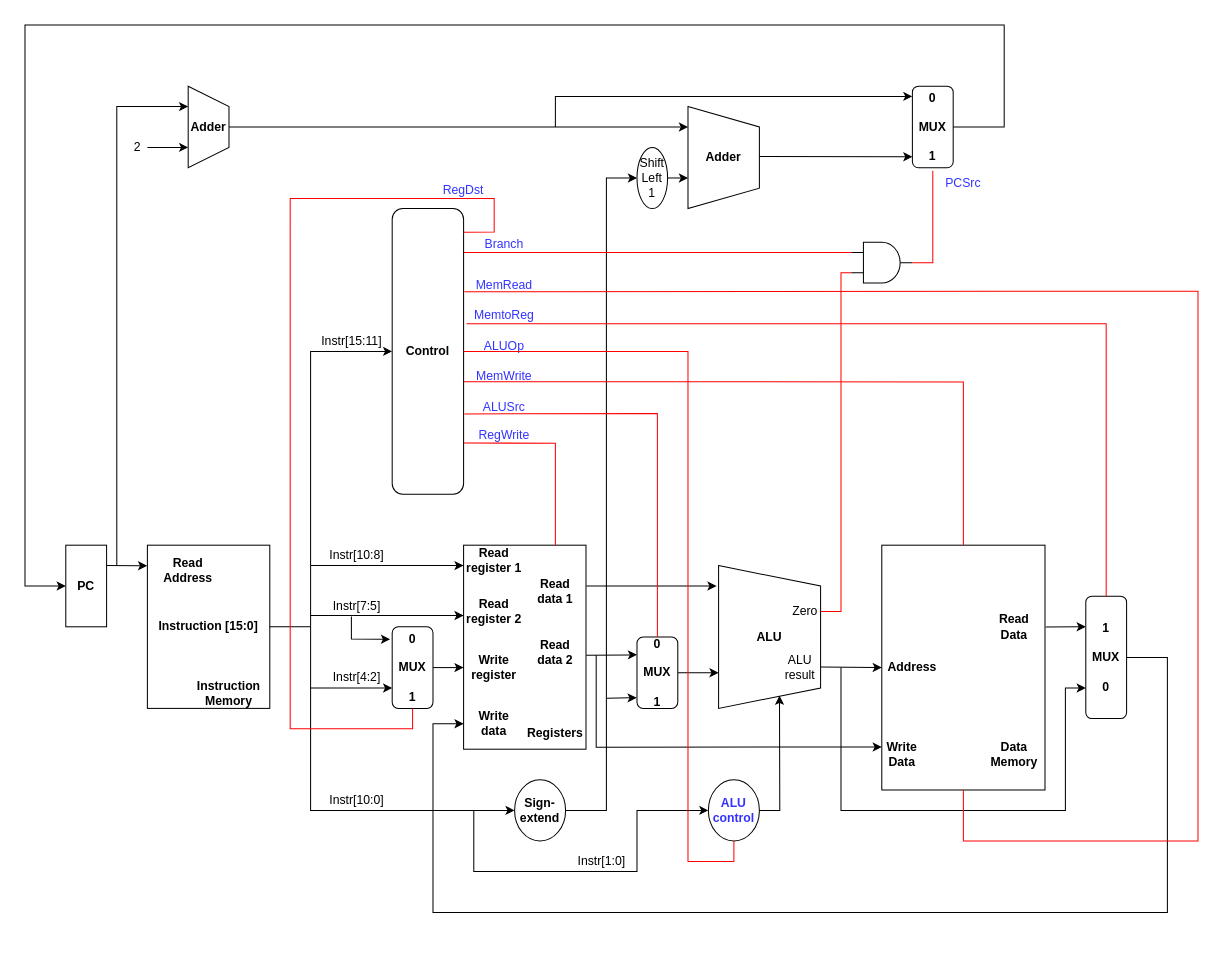
Before: WISC-SP22.drawio in joshmeiyb/ECE552, a draw.io diagram. Source tidied: cells renumbered, new cells numbered last; positions are measured from the earlier drawing's top-left corner, leaving out a move shared by most shapes. Both pictures are drawn from the tidied source at 102%, with x=0, y=0 at pixel (24, 24).
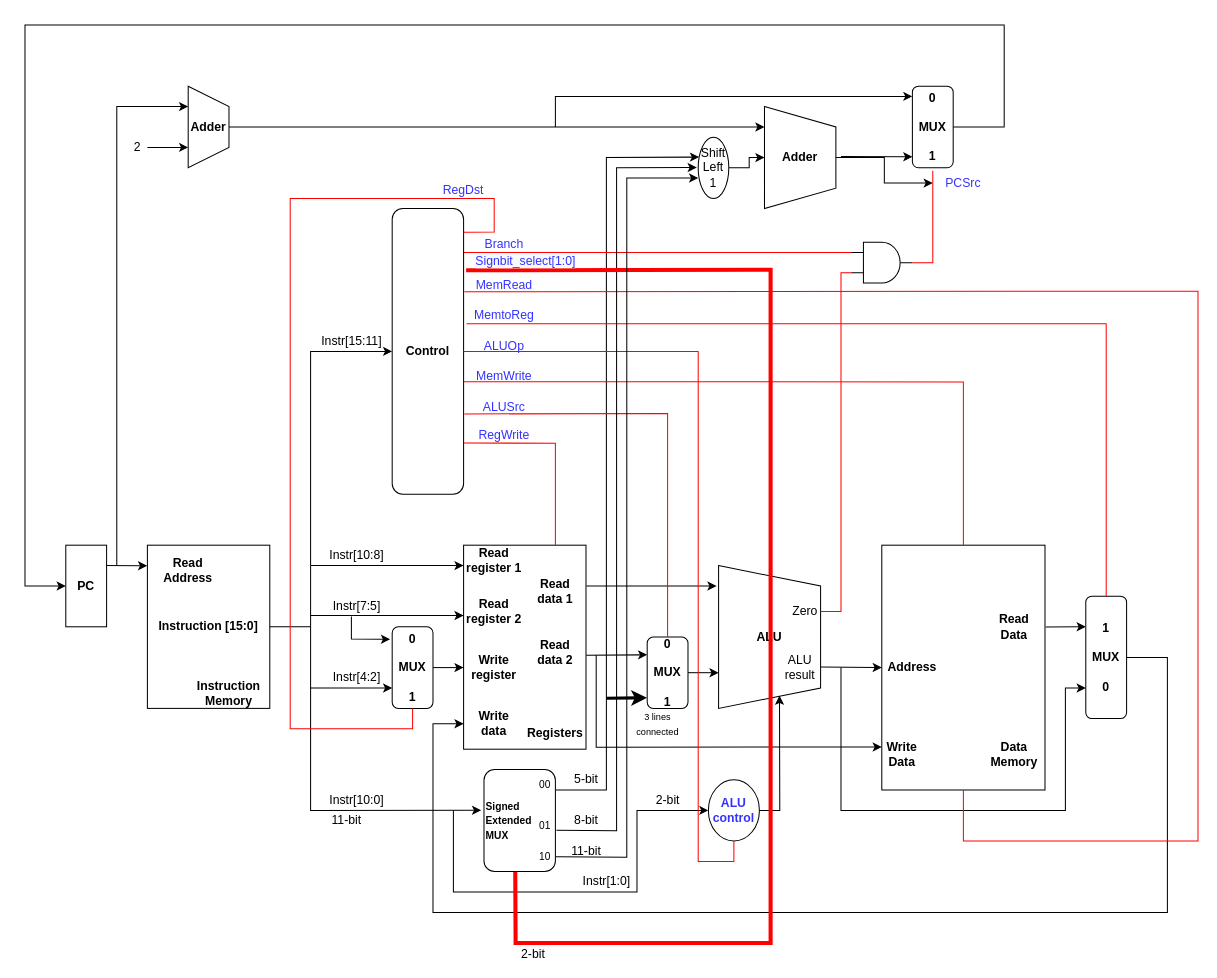
The same page after the edit.

The change refers to these unchanged cells:
```xml
<mxCell id="27" value="&lt;b&gt;0&lt;br&gt;&lt;br&gt;MUX&lt;br&gt;&lt;br&gt;1&lt;/b&gt;" style="rounded=1;whiteSpace=wrap;html=1;" parent="1" vertex="1">
  <mxGeometry x="870" y="60" width="40" height="80" as="geometry" />
</mxCell>
<mxCell id="47" value="&lt;font color=&quot;#3333ff&quot;&gt;&lt;b&gt;ALU&lt;br&gt;control&lt;/b&gt;&lt;/font&gt;" style="ellipse;whiteSpace=wrap;html=1;" parent="1" vertex="1">
  <mxGeometry x="670" y="740" width="50" height="60" as="geometry" />
</mxCell>
<mxCell id="71" value="&lt;b&gt;Control&lt;/b&gt;" style="rounded=1;whiteSpace=wrap;html=1;" parent="1" vertex="1">
  <mxGeometry x="360" y="180" width="70" height="280" as="geometry" />
</mxCell>
<mxCell id="86" value="&lt;font color=&quot;#3333ff&quot;&gt;PCSrc&lt;/font&gt;" style="text;html=1;strokeColor=none;fillColor=none;align=center;verticalAlign=middle;whiteSpace=wrap;rounded=0;" parent="1" vertex="1">
  <mxGeometry x="890" y="140" width="60" height="30" as="geometry" />
</mxCell>
```

The edit, as a diff of the source:
```diff
@@
+    <mxCell id="88" style="edgeStyle=orthogonalEdgeStyle;rounded=0;jettySize=auto;html=1;" parent="1" edge="1" source="10" target="86">
+      <mxGeometry relative="1" as="geometry" />
+    </mxCell>
     <mxCell id="10" value="&lt;b&gt;Adder&lt;/b&gt;" style="shape=trapezoid;perimeter=trapezoidPerimeter;whiteSpace=wrap;html=1;fixedSize=1;direction=south;" parent="1" vertex="1">
-      <mxGeometry x="650" y="80" width="70" height="100" as="geometry" />
+      <mxGeometry x="725" y="80" width="70" height="100" as="geometry" />
     </mxCell>
-    <mxCell id="11" style="edgeStyle=orthogonalEdgeStyle;rounded=0;jettySize=auto;html=1;entryX=0.7;entryY=1;entryDx=0;entryDy=0;entryPerimeter=0;" parent="1" edge="1" target="10">
-      <mxGeometry relative="1" as="geometry">
-        <mxPoint x="630" y="150" as="sourcePoint" />
-      </mxGeometry>
-    </mxCell>
+    <mxCell id="89" style="edgeStyle=orthogonalEdgeStyle;rounded=0;jettySize=auto;html=1;strokeColor=#000000;strokeWidth=1;" parent="1" edge="1" source="12" target="10">
+      <mxGeometry relative="1" as="geometry" />
+    </mxCell>
     <mxCell id="12" value="Shift&lt;br&gt;Left 1" style="ellipse;whiteSpace=wrap;html=1;" parent="1" vertex="1">
-      <mxGeometry x="600" y="120" width="30" height="60" as="geometry" />
+      <mxGeometry x="660" y="110" width="30" height="60" as="geometry" />
     </mxCell>
@@
     <mxCell id="28" style="endArrow=classic;html=1;rounded=0;entryX=0;entryY=0.866;entryDx=0;entryDy=0;entryPerimeter=0;" parent="1" edge="1" target="27">
       <mxGeometry relative="1" as="geometry">
-        <mxPoint x="720" y="129" as="sourcePoint" />
+        <mxPoint x="800" y="129" as="sourcePoint" />
       </mxGeometry>
     </mxCell>
@@
-    <mxCell id="31" value="&lt;b&gt;Sign-extend&lt;/b&gt;" style="ellipse;whiteSpace=wrap;html=1;" parent="1" vertex="1">
-      <mxGeometry x="480" y="740" width="50" height="60" as="geometry" />
-    </mxCell>
@@
-    <mxCell id="34" style="endArrow=classic;html=1;rounded=0;entryX=0;entryY=0.5;entryDx=0;entryDy=0;" parent="1" edge="1" target="31">
+    <mxCell id="34" style="endArrow=classic;html=1;rounded=0;entryX=-0.04;entryY=0.398;entryDx=0;entryDy=0;entryPerimeter=0;" parent="1" edge="1" target="100">
       <mxGeometry relative="1" as="geometry">
         <mxPoint x="280" y="650" as="sourcePoint" />
         <Array as="points">
           <mxPoint x="280" y="770" />
         </Array>
       </mxGeometry>
     </mxCell>
@@
     <mxCell id="36" value="&lt;b&gt;0&lt;br&gt;&lt;br&gt;MUX&lt;br&gt;&lt;br&gt;1&lt;/b&gt;" style="rounded=1;whiteSpace=wrap;html=1;" parent="1" vertex="1">
-      <mxGeometry x="600" y="600" width="40" height="70" as="geometry" />
+      <mxGeometry x="610" y="600" width="40" height="70" as="geometry" />
     </mxCell>
@@
-    <mxCell id="40" style="endArrow=classic;html=1;rounded=0;entryX=-0.007;entryY=0.851;entryDx=0;entryDy=0;entryPerimeter=0;" parent="1" edge="1" target="36">
+    <mxCell id="40" style="endArrow=classic;html=1;rounded=0;entryX=-0.007;entryY=0.851;entryDx=0;entryDy=0;entryPerimeter=0;strokeWidth=3;" parent="1" edge="1" target="36">
       <mxGeometry relative="1" as="geometry">
         <mxPoint x="570" y="660" as="sourcePoint" />
       </mxGeometry>
     </mxCell>
@@
     <mxCell id="48" style="endArrow=classic;html=1;rounded=0;entryX=0;entryY=0.5;entryDx=0;entryDy=0;" parent="1" edge="1" target="47">
       <mxGeometry relative="1" as="geometry">
-        <mxPoint x="440" y="770" as="sourcePoint" />
+        <mxPoint x="420" y="770" as="sourcePoint" />
         <Array as="points">
-          <mxPoint x="440" y="830" />
-          <mxPoint x="600" y="830" />
+          <mxPoint x="420" y="850" />
+          <mxPoint x="600" y="850" />
           <mxPoint x="600" y="770" />
         </Array>
       </mxGeometry>
     </mxCell>
@@
-    <mxCell id="62" style="endArrow=classic;html=1;rounded=0;entryX=0;entryY=0.5;entryDx=0;entryDy=0;exitX=1;exitY=0.5;exitDx=0;exitDy=0;" parent="1" edge="1" source="31" target="12">
+    <mxCell id="62" style="endArrow=classic;html=1;rounded=0;entryX=0.03;entryY=0.325;entryDx=0;entryDy=0;entryPerimeter=0;" parent="1" edge="1" target="12">
       <mxGeometry relative="1" as="geometry">
+        <mxPoint x="520" y="750" as="sourcePoint" />
         <Array as="points">
-          <mxPoint x="570" y="770" />
+          <mxPoint x="570" y="750" />
           <mxPoint x="570" y="590" />
-          <mxPoint x="570" y="150" />
+          <mxPoint x="570" y="130" />
         </Array>
       </mxGeometry>
     </mxCell>
@@
     <mxCell id="77" style="endArrow=none;html=1;rounded=0;strokeColor=#FF0000;exitX=1;exitY=0.5;exitDx=0;exitDy=0;entryX=0.5;entryY=1;entryDx=0;entryDy=0;" parent="1" edge="1" source="71" target="47">
       <mxGeometry relative="1" as="geometry">
         <Array as="points">
-          <mxPoint x="650" y="320" />
-          <mxPoint x="650" y="820" />
+          <mxPoint x="660" y="320" />
+          <mxPoint x="660" y="820" />
           <mxPoint x="695" y="820" />
         </Array>
       </mxGeometry>
     </mxCell>
@@
     <mxCell id="81" style="endArrow=none;html=1;rounded=0;strokeColor=#FF0000;exitX=1.011;exitY=0.719;exitDx=0;exitDy=0;exitPerimeter=0;entryX=0.5;entryY=0;entryDx=0;entryDy=0;" parent="1" edge="1" source="71" target="36">
       <mxGeometry relative="1" as="geometry">
         <Array as="points">
-          <mxPoint x="620" y="381" />
+          <mxPoint x="630" y="381" />
         </Array>
       </mxGeometry>
     </mxCell>
@@
     <mxCell id="87" value="Instr[1:0]" style="text;html=1;align=center;verticalAlign=middle;strokeColor=none;fillColor=none;" parent="1" vertex="1">
-      <mxGeometry x="535" y="810" width="60" height="20" as="geometry" />
+      <mxGeometry x="540" y="830" width="60" height="20" as="geometry" />
     </mxCell>
+    <mxCell id="90" style="endArrow=classic;html=1;rounded=0;exitX=1.014;exitY=0.595;exitDx=0;exitDy=0;entryX=-0.046;entryY=0.496;entryDx=0;entryDy=0;entryPerimeter=0;exitPerimeter=0;" parent="1" edge="1" source="100" target="12">
+      <mxGeometry relative="1" as="geometry">
+        <Array as="points">
+          <mxPoint x="580" y="790" />
+          <mxPoint x="580" y="140" />
+        </Array>
+      </mxGeometry>
+    </mxCell>
+    <mxCell id="91" value="5-bit" style="text;html=1;align=center;verticalAlign=middle;strokeColor=none;fillColor=none;" parent="1" vertex="1">
+      <mxGeometry x="530" y="730" width="40" height="20" as="geometry" />
+    </mxCell>
+    <mxCell id="92" value="8-bit" style="text;html=1;align=center;verticalAlign=middle;strokeColor=none;fillColor=none;" parent="1" vertex="1">
+      <mxGeometry x="530" y="770" width="40" height="20" as="geometry" />
+    </mxCell>
+    <mxCell id="93" style="endArrow=none;html=1;rounded=0;strokeColor=#FF0000;exitX=1.021;exitY=0.216;exitDx=0;exitDy=0;exitPerimeter=0;entryX=0.438;entryY=1.005;entryDx=0;entryDy=0;strokeWidth=4;entryPerimeter=0;" parent="1" edge="1" target="100">
+      <mxGeometry relative="1" as="geometry">
+        <mxPoint x="432.5" y="240.5" as="sourcePoint" />
+        <Array as="points">
+          <mxPoint x="731" y="240" />
+          <mxPoint x="731" y="900" />
+          <mxPoint x="481" y="900" />
+        </Array>
+      </mxGeometry>
+    </mxCell>
+    <mxCell id="94" value="&lt;font style=&quot;font-size: 12px&quot;&gt;2-bit&lt;/font&gt;" style="edgeLabel;html=1;align=center;verticalAlign=middle;fontSize=10;" parent="93" vertex="1">
+      <mxGeometry x="0.84" y="4" relative="1" as="geometry">
+        <mxPoint x="-16" y="6" as="offset" />
+      </mxGeometry>
+    </mxCell>
+    <mxCell id="95" value="&lt;span style=&quot;color: rgb(51 , 51 , 255) ; font-family: &amp;#34;helvetica&amp;#34; ; font-size: 12px ; font-style: normal ; font-weight: 400 ; letter-spacing: normal ; text-align: center ; text-indent: 0px ; text-transform: none ; word-spacing: 0px ; background-color: rgb(248 , 249 , 250) ; display: inline ; float: none&quot;&gt;Signbit_select[1:0]&lt;/span&gt;" style="text;whiteSpace=wrap;html=1;" parent="1" vertex="1">
+      <mxGeometry x="440" y="218" width="60" height="30" as="geometry" />
+    </mxCell>
+    <mxCell id="96" style="endArrow=classic;html=1;rounded=0;strokeColor=#000000;exitX=1.009;exitY=0.855;exitDx=0;exitDy=0;entryX=0;entryY=0.667;entryDx=0;entryDy=0;entryPerimeter=0;exitPerimeter=0;" parent="1" edge="1" source="100" target="12">
+      <mxGeometry relative="1" as="geometry">
+        <Array as="points">
+          <mxPoint x="590" y="816" />
+          <mxPoint x="590" y="150" />
+        </Array>
+      </mxGeometry>
+    </mxCell>
+    <mxCell id="97" value="11-bit" style="text;html=1;align=center;verticalAlign=middle;strokeColor=none;fillColor=none;" parent="1" vertex="1">
+      <mxGeometry x="530" y="800" width="40" height="20" as="geometry" />
+    </mxCell>
+    <mxCell id="98" value="11-bit" style="text;html=1;align=center;verticalAlign=middle;strokeColor=none;fillColor=none;" parent="1" vertex="1">
+      <mxGeometry x="295" y="770" width="40" height="20" as="geometry" />
+    </mxCell>
+    <mxCell id="99" value="2-bit" style="text;html=1;align=center;verticalAlign=middle;strokeColor=none;fillColor=none;" parent="1" vertex="1">
+      <mxGeometry x="610" y="750" width="40" height="20" as="geometry" />
+    </mxCell>
+    <mxCell id="100" value="&lt;font style=&quot;font-size: 10px&quot;&gt;&lt;b&gt;Signed&lt;br&gt;Extended&lt;br&gt;MUX&lt;/b&gt;&lt;/font&gt;" style="rounded=1;whiteSpace=wrap;html=1;align=left;" parent="1" vertex="1">
+      <mxGeometry x="450" y="730" width="70" height="100" as="geometry" />
+    </mxCell>
+    <mxCell id="101" value="00" style="text;html=1;strokeColor=none;fillColor=none;align=center;verticalAlign=middle;whiteSpace=wrap;rounded=0;fontSize=10;" parent="1" vertex="1">
+      <mxGeometry x="480" y="730" width="60" height="30" as="geometry" />
+    </mxCell>
+    <mxCell id="102" value="01" style="text;html=1;strokeColor=none;fillColor=none;align=center;verticalAlign=middle;whiteSpace=wrap;rounded=0;fontSize=10;" parent="1" vertex="1">
+      <mxGeometry x="480" y="770" width="60" height="30" as="geometry" />
+    </mxCell>
+    <mxCell id="103" value="10" style="text;html=1;strokeColor=none;fillColor=none;align=center;verticalAlign=middle;whiteSpace=wrap;rounded=0;fontSize=10;" parent="1" vertex="1">
+      <mxGeometry x="480" y="800" width="60" height="30" as="geometry" />
+    </mxCell>
+    <mxCell id="104" value="&lt;font style=&quot;font-size: 9px&quot;&gt;3 lines&lt;br&gt;connected&lt;/font&gt;" style="text;html=1;align=center;verticalAlign=middle;strokeColor=none;fillColor=none;fontSize=12;" parent="1" vertex="1">
+      <mxGeometry x="590" y="665" width="60" height="40" as="geometry" />
+    </mxCell>
```
